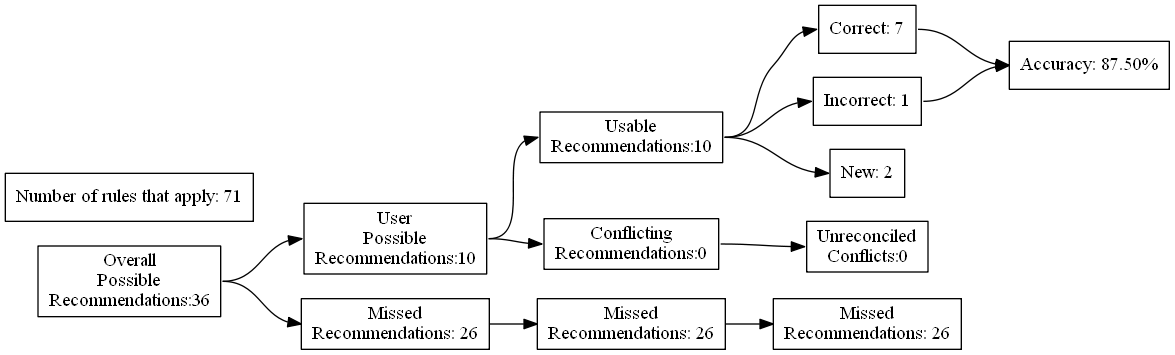
Earlier version of the Graphviz export test_renders/19.gv.png (ZaxR/ibd_diet_analysis). Its source is kept beside it as test_renders/19.gv.
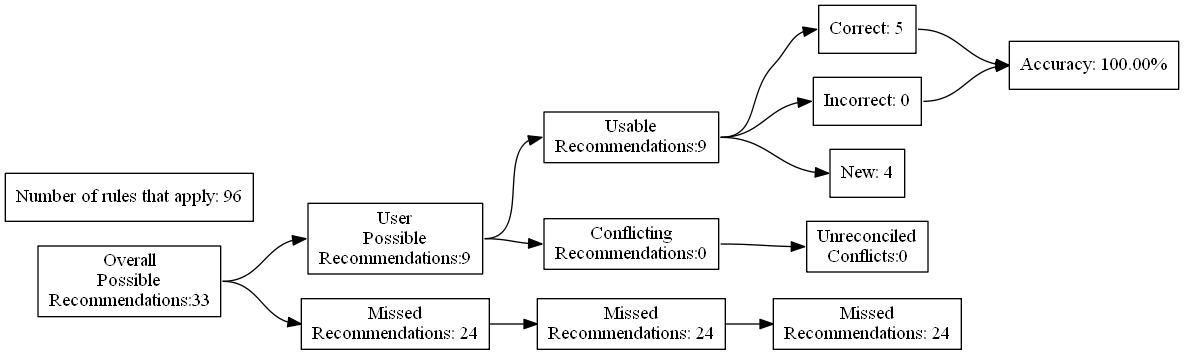
Later version of the same file.

What changed in the source:
```diff
@@ -4,27 +4,27 @@
 	edge [headport=w tailport=e]
 		A [label="Overall
 Possible
-Recommendations:36"]
+Recommendations:33"]
 		B [label="User
 Possible
-Recommendations:10"]
+Recommendations:9"]
 		C [label="Missed
-Recommendations: 26"]
+Recommendations: 24"]
 		D [label="Usable
-Recommendations:10"]
+Recommendations:9"]
 		E [label="Conflicting
 Recommendations:0"]
 		J [label="Missed
-Recommendations: 26"]
+Recommendations: 24"]
 		M [label="Unreconciled
 Conflicts:0"]
-		F [label="Correct: 7"]
-		G [label="Incorrect: 1"]
-		H [label="New: 2"]
+		F [label="Correct: 5"]
+		G [label="Incorrect: 0"]
+		H [label="New: 4"]
 		K [label="Missed
-Recommendations: 26"]
-		I [label="Accuracy: 87.50%"]
-		l [label="Number of rules that apply: 71"]
+Recommendations: 24"]
+		I [label="Accuracy: 100.00%"]
+		l [label="Number of rules that apply: 96"]
 			A -> B
 			A -> C
 			B -> D
```
